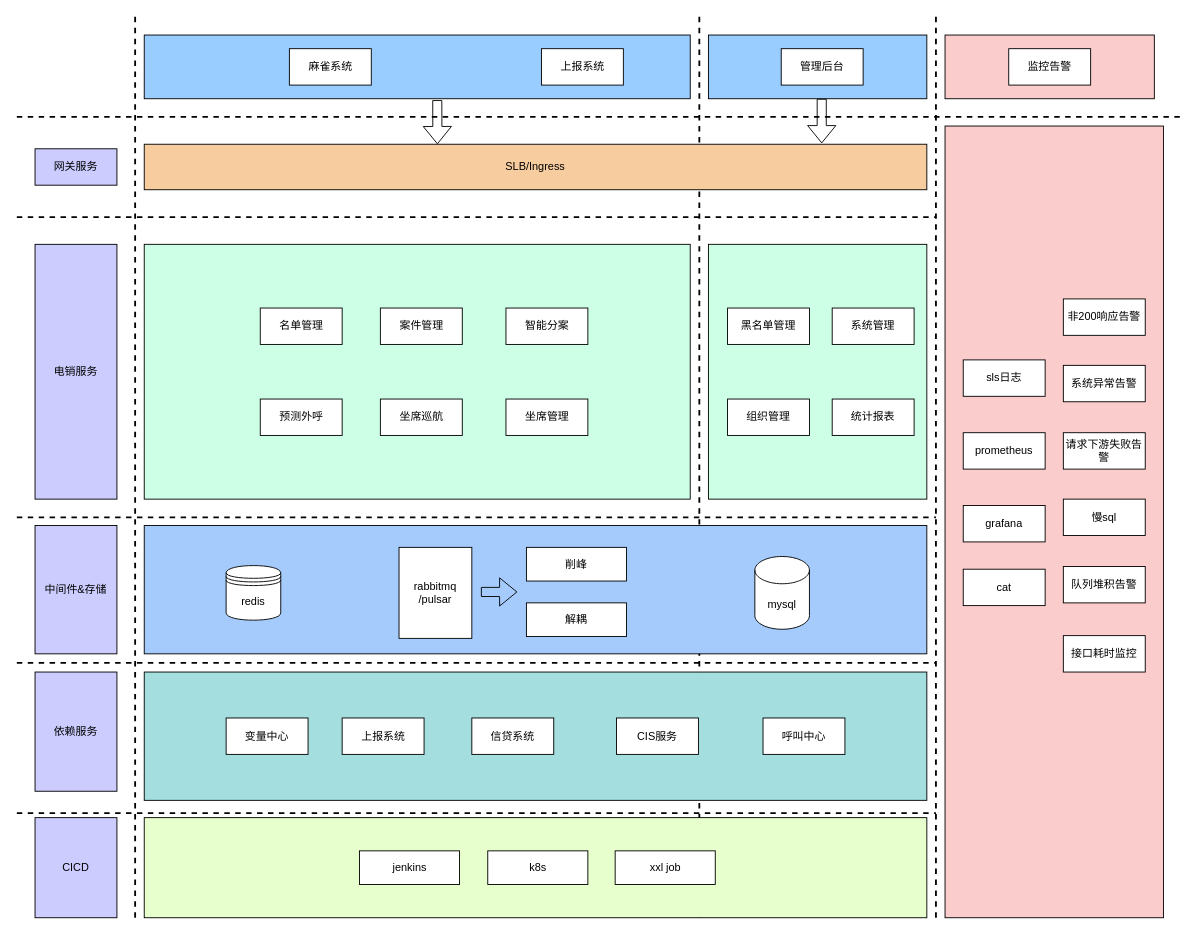
Before: 电销v1系统架构图.drawio in yuanlj-tea/picgo, a draw.io diagram. Source tidied: cells renumbered, new cells numbered last; positions are measured from the earlier drawing's top-left corner, leaving out a move shared by most shapes. Both pictures are drawn from the tidied source at 91%, with x=0, y=0 at pixel (16, 16).
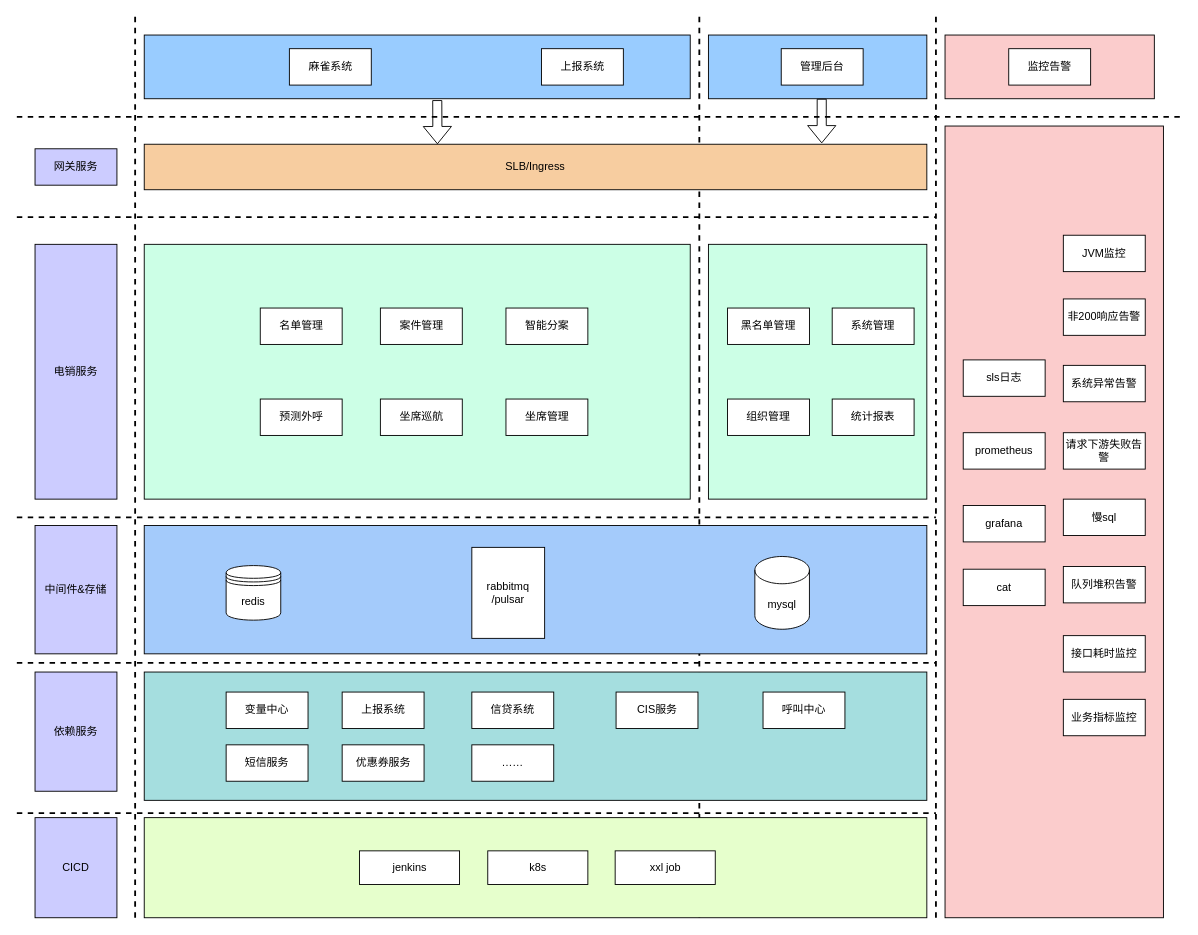
The same page after the edit.

Commit message (it also covers changes not shown here):
更新电销v1系统架构图.drawio

What changed in the source:
```diff
@@
     <mxCell id="41" value="rabbitmq&lt;br&gt;/pulsar" style="rounded=0;whiteSpace=wrap;html=1;" parent="1" vertex="1">
-      <mxGeometry x="420" y="583" width="80" height="100" as="geometry" />
+      <mxGeometry x="500" y="583" width="80" height="100" as="geometry" />
     </mxCell>
@@
-    <mxCell id="43" value="削峰" style="rounded=0;whiteSpace=wrap;html=1;" parent="1" vertex="1">
-      <mxGeometry x="560" y="583" width="110" height="37" as="geometry" />
-    </mxCell>
-    <mxCell id="44" value="解耦" style="rounded=0;whiteSpace=wrap;html=1;" parent="1" vertex="1">
-      <mxGeometry x="560" y="644" width="110" height="37" as="geometry" />
-    </mxCell>
-    <mxCell id="45" style="shape=flexArrow;endArrow=classic;html=1;rounded=0;" parent="1" edge="1">
-      <mxGeometry relative="1" as="geometry">
-        <mxPoint x="510" y="632" as="sourcePoint" />
-        <mxPoint x="550" y="632" as="targetPoint" />
-      </mxGeometry>
-    </mxCell>
@@
     <mxCell id="60" value="变量中心" style="rounded=0;whiteSpace=wrap;html=1;" parent="1" vertex="1">
-      <mxGeometry x="230" y="770.5" width="90" height="40" as="geometry" />
+      <mxGeometry x="230" y="742" width="90" height="40" as="geometry" />
     </mxCell>
     <mxCell id="61" value="上报系统" style="rounded=0;whiteSpace=wrap;html=1;" parent="1" vertex="1">
-      <mxGeometry x="357.5" y="770.5" width="90" height="40" as="geometry" />
+      <mxGeometry x="357.5" y="742" width="90" height="40" as="geometry" />
     </mxCell>
     <mxCell id="62" value="信贷系统" style="rounded=0;whiteSpace=wrap;html=1;" parent="1" vertex="1">
-      <mxGeometry x="500" y="770.5" width="90" height="40" as="geometry" />
+      <mxGeometry x="500" y="742" width="90" height="40" as="geometry" />
     </mxCell>
     <mxCell id="63" value="CIS服务" style="rounded=0;whiteSpace=wrap;html=1;" parent="1" vertex="1">
-      <mxGeometry x="659" y="770.5" width="90" height="40" as="geometry" />
+      <mxGeometry x="658.5" y="742" width="90" height="40" as="geometry" />
     </mxCell>
     <mxCell id="64" value="呼叫中心" style="rounded=0;whiteSpace=wrap;html=1;" parent="1" vertex="1">
-      <mxGeometry x="820" y="770.5" width="90" height="40" as="geometry" />
+      <mxGeometry x="820" y="742" width="90" height="40" as="geometry" />
     </mxCell>
+    <mxCell id="65" value="短信服务" style="rounded=0;whiteSpace=wrap;html=1;" parent="1" vertex="1">
+      <mxGeometry x="230" y="800" width="90" height="40" as="geometry" />
+    </mxCell>
+    <mxCell id="66" value="优惠券服务" style="rounded=0;whiteSpace=wrap;html=1;" parent="1" vertex="1">
+      <mxGeometry x="357.5" y="800" width="90" height="40" as="geometry" />
+    </mxCell>
+    <mxCell id="67" value="……" style="rounded=0;whiteSpace=wrap;html=1;" parent="1" vertex="1">
+      <mxGeometry x="500" y="800" width="90" height="40" as="geometry" />
+    </mxCell>
+    <mxCell id="68" value="业务指标监控" style="rounded=0;whiteSpace=wrap;html=1;" parent="1" vertex="1">
+      <mxGeometry x="1150" y="750" width="90" height="40" as="geometry" />
+    </mxCell>
+    <mxCell id="69" value="JVM监控" style="rounded=0;whiteSpace=wrap;html=1;" parent="1" vertex="1">
+      <mxGeometry x="1150" y="240" width="90" height="40" as="geometry" />
+    </mxCell>
```
